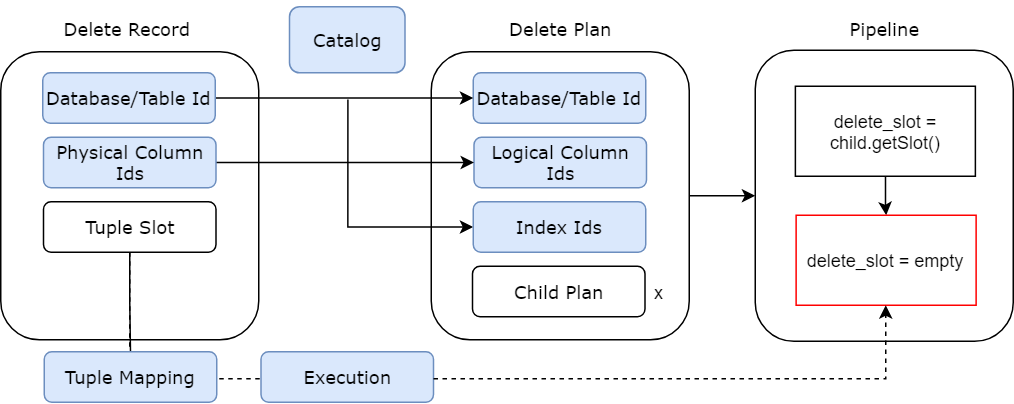
Before: images/DeleteConversion.png, a diagram exported from draw.io (tpan496/Thesis). Source tidied: cells renumbered, new cells last; positions are measured from the earlier drawing's top-left corner, leaving out a move shared by most shapes. Source of this version:
```xml
<mxGraphModel>
  <root>
    <mxCell id="0" />
    <mxCell id="1" parent="0" />
    <mxCell id="2" value="&lt;font face=&quot;Verdana&quot;&gt;&lt;br&gt;&lt;/font&gt;" style="rounded=1;whiteSpace=wrap;html=1;" parent="1" vertex="1">
      <mxGeometry y="30" width="172" height="192" as="geometry" />
    </mxCell>
    <mxCell id="3" style="edgeStyle=orthogonalEdgeStyle;rounded=0;jettySize=auto;html=1;exitX=1;exitY=0.5;exitDx=0;exitDy=0;" parent="1" edge="1" source="4" target="19">
      <mxGeometry relative="1" as="geometry" />
    </mxCell>
    <mxCell id="4" style="rounded=1;whiteSpace=wrap;html=1;" parent="1" vertex="1">
      <mxGeometry x="287" y="30" width="172" height="192" as="geometry" />
    </mxCell>
    <mxCell id="5" value="&lt;font face=&quot;Verdana&quot;&gt;Delete Record&lt;/font&gt;" style="text;html=1;strokeColor=none;fillColor=none;align=center;verticalAlign=middle;whiteSpace=wrap;rounded=0;" parent="1" vertex="1">
      <mxGeometry x="26" y="5" width="117" height="20" as="geometry" />
    </mxCell>
    <mxCell id="6" value="&lt;p&gt;&lt;font face=&quot;Verdana&quot;&gt;Delete Plan&lt;/font&gt;&lt;/p&gt;" style="text;html=1;strokeColor=none;fillColor=none;align=center;verticalAlign=middle;whiteSpace=wrap;rounded=0;" parent="1" vertex="1">
      <mxGeometry x="314.5" y="5" width="117" height="20" as="geometry" />
    </mxCell>
    <mxCell id="7" value="&lt;font face=&quot;Verdana&quot;&gt;Database/Table Id&lt;/font&gt;" style="rounded=1;whiteSpace=wrap;html=1;fillColor=#dae8fc;strokeColor=#6c8ebf;" parent="1" vertex="1">
      <mxGeometry x="315" y="44" width="115" height="33.6" as="geometry" />
    </mxCell>
    <mxCell id="8" value="&lt;font face=&quot;Verdana&quot;&gt;Logical Column Ids&lt;/font&gt;" style="rounded=1;whiteSpace=wrap;html=1;fillColor=#dae8fc;strokeColor=#6c8ebf;" parent="1" vertex="1">
      <mxGeometry x="315.5" y="87" width="115" height="33.6" as="geometry" />
    </mxCell>
    <mxCell id="9" style="edgeStyle=orthogonalEdgeStyle;rounded=0;jettySize=auto;html=1;exitX=0;exitY=0.5;exitDx=0;exitDy=0;endArrow=none;endFill=0;startArrow=classic;startFill=1;" parent="1" edge="1" source="10">
      <mxGeometry relative="1" as="geometry">
        <mxPoint x="231.4" y="61.8" as="targetPoint" />
      </mxGeometry>
    </mxCell>
    <mxCell id="10" value="&lt;font face=&quot;Verdana&quot;&gt;Index Ids&lt;/font&gt;" style="rounded=1;whiteSpace=wrap;html=1;fillColor=#dae8fc;strokeColor=#6c8ebf;" parent="1" vertex="1">
      <mxGeometry x="315" y="130" width="115" height="33.6" as="geometry" />
    </mxCell>
    <mxCell id="11" style="edgeStyle=orthogonalEdgeStyle;rounded=0;jettySize=auto;html=1;exitX=1;exitY=0.5;exitDx=0;exitDy=0;endArrow=classic;endFill=1;" parent="1" edge="1" source="12" target="7">
      <mxGeometry relative="1" as="geometry" />
    </mxCell>
    <mxCell id="12" value="&lt;font face=&quot;Verdana&quot;&gt;Database/Table Id&lt;/font&gt;" style="rounded=1;whiteSpace=wrap;html=1;fillColor=#dae8fc;strokeColor=#6c8ebf;" parent="1" vertex="1">
      <mxGeometry x="28" y="44" width="115" height="33.6" as="geometry" />
    </mxCell>
    <mxCell id="13" style="edgeStyle=orthogonalEdgeStyle;rounded=0;jettySize=auto;html=1;exitX=1;exitY=0.5;exitDx=0;exitDy=0;endArrow=classic;endFill=1;" parent="1" edge="1" source="14" target="8">
      <mxGeometry relative="1" as="geometry" />
    </mxCell>
    <mxCell id="14" value="&lt;font face=&quot;Verdana&quot;&gt;Physical Column Ids&lt;/font&gt;" style="rounded=1;whiteSpace=wrap;html=1;fillColor=#dae8fc;strokeColor=#6c8ebf;" parent="1" vertex="1">
      <mxGeometry x="28.5" y="87" width="115" height="33.6" as="geometry" />
    </mxCell>
    <mxCell id="15" value="&lt;font face=&quot;Verdana&quot;&gt;Catalog&lt;/font&gt;" style="rounded=1;whiteSpace=wrap;html=1;fillColor=#dae8fc;strokeColor=#6c8ebf;" parent="1" vertex="1">
      <mxGeometry x="192.5" width="77" height="44" as="geometry" />
    </mxCell>
    <mxCell id="16" style="edgeStyle=orthogonalEdgeStyle;rounded=0;jettySize=auto;html=1;exitX=0.5;exitY=1;exitDx=0;exitDy=0;endArrow=none;endFill=0;" parent="1" edge="1" source="17" target="28">
      <mxGeometry relative="1" as="geometry" />
    </mxCell>
    <mxCell id="17" value="&lt;font face=&quot;Verdana&quot;&gt;Tuple Slot&lt;/font&gt;" style="rounded=1;whiteSpace=wrap;html=1;" parent="1" vertex="1">
      <mxGeometry x="28.5" y="130" width="115" height="33.6" as="geometry" />
    </mxCell>
    <mxCell id="18" value="&lt;font face=&quot;Verdana&quot;&gt;Child Plan&lt;/font&gt;" style="rounded=1;whiteSpace=wrap;html=1;" parent="1" vertex="1">
      <mxGeometry x="314.5" y="173" width="115" height="33.6" as="geometry" />
    </mxCell>
    <mxCell id="19" style="rounded=1;whiteSpace=wrap;html=1;" parent="1" vertex="1">
      <mxGeometry x="503" y="29" width="172" height="194" as="geometry" />
    </mxCell>
    <mxCell id="20" value="&lt;p&gt;&lt;span style=&quot;font-family: &amp;#34;verdana&amp;#34;&quot;&gt;Pipeline&lt;/span&gt;&lt;br&gt;&lt;/p&gt;" style="text;html=1;strokeColor=none;fillColor=none;align=center;verticalAlign=middle;whiteSpace=wrap;rounded=0;" parent="1" vertex="1">
      <mxGeometry x="530.5" y="5" width="117" height="20" as="geometry" />
    </mxCell>
    <mxCell id="21" value="x" style="text;html=1;strokeColor=none;fillColor=none;align=center;verticalAlign=middle;whiteSpace=wrap;rounded=0;" parent="1" vertex="1">
      <mxGeometry x="419" y="179.8" width="40" height="20" as="geometry" />
    </mxCell>
    <mxCell id="22" style="edgeStyle=orthogonalEdgeStyle;rounded=0;jettySize=auto;html=1;exitX=0.5;exitY=1;exitDx=0;exitDy=0;" parent="1" edge="1" source="23" target="24">
      <mxGeometry relative="1" as="geometry" />
    </mxCell>
    <mxCell id="23" value="delete_slot = child.getSlot()" style="rounded=0;whiteSpace=wrap;html=1;fillColor=none;" parent="1" vertex="1">
      <mxGeometry x="529.8" y="53" width="120" height="60" as="geometry" />
    </mxCell>
    <mxCell id="24" value="delete_slot = empty" style="rounded=0;whiteSpace=wrap;html=1;fillColor=none;strokeColor=#FF0000;" parent="1" vertex="1">
      <mxGeometry x="530.2" y="139" width="120" height="60" as="geometry" />
    </mxCell>
    <mxCell id="25" value="&lt;font face=&quot;Verdana&quot;&gt;Execution&lt;/font&gt;" style="rounded=1;whiteSpace=wrap;html=1;fillColor=#dae8fc;strokeColor=#6c8ebf;" parent="1" vertex="1">
      <mxGeometry x="173.5" y="230" width="115" height="33.6" as="geometry" />
    </mxCell>
    <mxCell id="26" style="edgeStyle=orthogonalEdgeStyle;rounded=0;jettySize=auto;html=1;exitX=0.5;exitY=1;exitDx=0;exitDy=0;endArrow=none;dashed=1;" parent="1" edge="1" source="17" target="25">
      <mxGeometry relative="1" as="geometry">
        <Array as="points">
          <mxPoint x="86" y="248" />
        </Array>
      </mxGeometry>
    </mxCell>
    <mxCell id="27" style="edgeStyle=orthogonalEdgeStyle;rounded=0;jettySize=auto;html=1;startArrow=none;dashed=1;" parent="1" edge="1" source="25" target="24">
      <mxGeometry relative="1" as="geometry">
        <Array as="points">
          <mxPoint x="590" y="248" />
        </Array>
      </mxGeometry>
    </mxCell>
    <mxCell id="28" value="&lt;font face=&quot;Verdana&quot;&gt;Tuple Mapping&lt;/font&gt;" style="rounded=1;whiteSpace=wrap;html=1;fillColor=#dae8fc;strokeColor=#6c8ebf;" parent="1" vertex="1">
      <mxGeometry x="29" y="230" width="115" height="33.6" as="geometry" />
    </mxCell>
  </root>
</mxGraphModel>
```
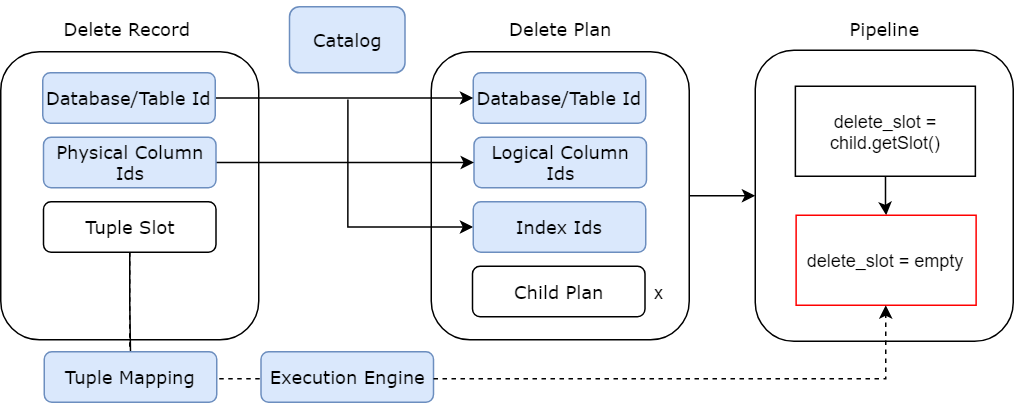
Above is the later version.

Change to the diagram source:
```diff
@@ -73,7 +73,7 @@
     <mxCell id="24" value="delete_slot = empty" style="rounded=0;whiteSpace=wrap;html=1;fillColor=none;strokeColor=#FF0000;" parent="1" vertex="1">
       <mxGeometry x="530.2" y="139" width="120" height="60" as="geometry" />
     </mxCell>
-    <mxCell id="25" value="&lt;font face=&quot;Verdana&quot;&gt;Execution&lt;/font&gt;" style="rounded=1;whiteSpace=wrap;html=1;fillColor=#dae8fc;strokeColor=#6c8ebf;" parent="1" vertex="1">
+    <mxCell id="25" value="&lt;font face=&quot;Verdana&quot;&gt;Execution Engine&lt;/font&gt;" style="rounded=1;whiteSpace=wrap;html=1;fillColor=#dae8fc;strokeColor=#6c8ebf;" parent="1" vertex="1">
       <mxGeometry x="173.5" y="230" width="115" height="33.6" as="geometry" />
     </mxCell>
     <mxCell id="26" style="edgeStyle=orthogonalEdgeStyle;rounded=0;jettySize=auto;html=1;exitX=0.5;exitY=1;exitDx=0;exitDy=0;endArrow=none;dashed=1;" parent="1" edge="1" source="17" target="25">
```
